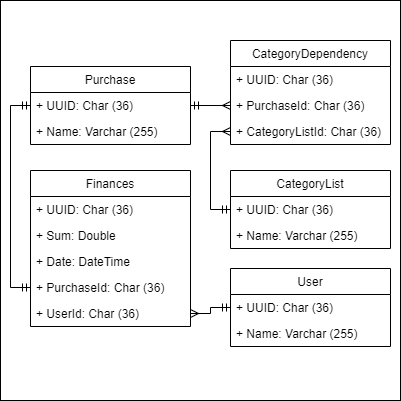
Earlier version of the draw.io export lab345/UML.png (m4cy43/NodeJs-Labs). Source tidied: cells renumbered, new cells last; positions are measured from the earlier drawing's top-left corner, leaving out a move shared by most shapes.
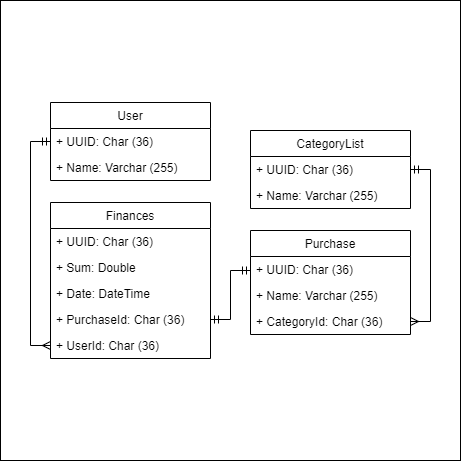
After the change.

The edit, as a diff of the source:
```diff
@@ -3,10 +3,10 @@
     <mxCell id="0" />
     <mxCell id="1" parent="0" />
     <mxCell id="2" style="whiteSpace=wrap;html=1;" parent="1" vertex="1">
-      <mxGeometry width="400" height="400" as="geometry" />
+      <mxGeometry width="460" height="460" as="geometry" />
     </mxCell>
     <mxCell id="3" value="Purchase" style="swimlane;fontStyle=0;horizontal=1;startSize=26;fillColor=none;" parent="1" vertex="1">
-      <mxGeometry x="30" y="66" width="160" height="78" as="geometry" />
+      <mxGeometry x="250" y="230" width="160" height="104" as="geometry" />
     </mxCell>
     <mxCell id="4" value="+ UUID: Char (36)" style="text;strokeColor=none;fillColor=none;align=left;verticalAlign=top;spacingLeft=4;spacingRight=4;overflow=hidden;points=[[0,0.5],[1,0.5]];portConstraint=eastwest;" parent="3" vertex="1">
       <mxGeometry y="26" width="160" height="26" as="geometry" />
@@ -14,8 +14,11 @@
     <mxCell id="5" value="+ Name: Varchar (255)" style="text;strokeColor=none;fillColor=none;align=left;verticalAlign=top;spacingLeft=4;spacingRight=4;overflow=hidden;" parent="3" vertex="1">
       <mxGeometry y="52" width="160" height="26" as="geometry" />
     </mxCell>
+    <mxCell id="26" value="+ CategoryId: Char (36)" style="text;strokeColor=none;fillColor=none;align=left;verticalAlign=top;spacingLeft=4;spacingRight=4;overflow=hidden;points=[[0,0.5],[1,0.5]];portConstraint=eastwest;" parent="3" vertex="1">
+      <mxGeometry y="78" width="160" height="26" as="geometry" />
+    </mxCell>
     <mxCell id="6" value="CategoryList" style="swimlane;fontStyle=0;horizontal=1;startSize=26;fillColor=none;" parent="1" vertex="1">
-      <mxGeometry x="230" y="170" width="160" height="78" as="geometry" />
+      <mxGeometry x="250" y="130" width="160" height="78" as="geometry" />
     </mxCell>
     <mxCell id="7" value="+ UUID: Char (36)" style="text;strokeColor=none;fillColor=none;align=left;verticalAlign=top;spacingLeft=4;spacingRight=4;overflow=hidden;points=[[0,0.5],[1,0.5]];portConstraint=eastwest;" parent="6" vertex="1">
       <mxGeometry y="26" width="160" height="26" as="geometry" />
@@ -24,7 +27,7 @@
       <mxGeometry y="52" width="160" height="26" as="geometry" />
     </mxCell>
     <mxCell id="9" value="Finances" style="swimlane;fontStyle=0;horizontal=1;startSize=26;fillColor=none;" parent="1" vertex="1">
-      <mxGeometry x="30" y="170" width="160" height="156" as="geometry" />
+      <mxGeometry x="50" y="202" width="160" height="156" as="geometry" />
     </mxCell>
     <mxCell id="10" value="+ UUID: Char (36)" style="text;strokeColor=none;fillColor=none;align=left;verticalAlign=top;spacingLeft=4;spacingRight=4;overflow=hidden;" parent="9" vertex="1">
       <mxGeometry y="26" width="160" height="26" as="geometry" />
@@ -41,29 +44,19 @@
     <mxCell id="14" value="+ UserId: Char (36)" style="text;strokeColor=none;fillColor=none;align=left;verticalAlign=top;spacingLeft=4;spacingRight=4;overflow=hidden;points=[[0,0.5],[1,0.5]];portConstraint=eastwest;" parent="9" vertex="1">
       <mxGeometry y="130" width="160" height="26" as="geometry" />
     </mxCell>
-    <mxCell id="15" value="CategoryDependency" style="swimlane;fontStyle=0;horizontal=1;startSize=26;fillColor=none;" parent="1" vertex="1">
-      <mxGeometry x="230" y="40" width="160" height="104" as="geometry" />
-    </mxCell>
-    <mxCell id="16" value="+ UUID: Char (36)" style="text;strokeColor=none;fillColor=none;align=left;verticalAlign=top;spacingLeft=4;spacingRight=4;overflow=hidden;" parent="15" vertex="1">
-      <mxGeometry y="26" width="160" height="26" as="geometry" />
-    </mxCell>
-    <mxCell id="17" value="+ PurchaseId: Char (36)" style="text;strokeColor=none;fillColor=none;align=left;verticalAlign=top;spacingLeft=4;spacingRight=4;overflow=hidden;points=[[0,0.5],[1,0.5]];portConstraint=eastwest;" parent="15" vertex="1">
-      <mxGeometry y="52" width="160" height="26" as="geometry" />
-    </mxCell>
-    <mxCell id="18" value="+ CategoryListId: Char (36)" style="text;strokeColor=none;fillColor=none;align=left;verticalAlign=top;spacingLeft=4;spacingRight=4;overflow=hidden;points=[[0,0.5],[1,0.5]];portConstraint=eastwest;" parent="15" vertex="1">
-      <mxGeometry y="78" width="160" height="26" as="geometry" />
-    </mxCell>
-    <mxCell id="19" style="edgeStyle=orthogonalEdgeStyle;rounded=0;jettySize=auto;html=1;exitX=0;exitY=0.5;exitDx=0;exitDy=0;entryX=1;entryY=0.5;entryDx=0;entryDy=0;endArrow=ERmandOne;endFill=0;startArrow=ERmany;startFill=0;" parent="1" edge="1" source="17" target="4">
-      <mxGeometry relative="1" as="geometry" />
-    </mxCell>
-    <mxCell id="20" style="edgeStyle=orthogonalEdgeStyle;rounded=0;jettySize=auto;html=1;exitX=0;exitY=0.5;exitDx=0;exitDy=0;entryX=0;entryY=0.5;entryDx=0;entryDy=0;endArrow=ERmandOne;endFill=0;startArrow=ERmany;startFill=0;" parent="1" edge="1" source="18" target="7">
+    <mxCell id="20" style="edgeStyle=orthogonalEdgeStyle;rounded=0;jettySize=auto;html=1;exitX=1;exitY=0.5;exitDx=0;exitDy=0;entryX=1;entryY=0.5;entryDx=0;entryDy=0;endArrow=ERmandOne;endFill=0;startArrow=ERmany;startFill=0;" parent="1" edge="1" source="26" target="7">
       <mxGeometry relative="1" as="geometry" />
     </mxCell>
-    <mxCell id="21" style="edgeStyle=orthogonalEdgeStyle;rounded=0;jettySize=auto;html=1;exitX=0;exitY=0.5;exitDx=0;exitDy=0;entryX=0;entryY=0.5;entryDx=0;entryDy=0;endArrow=ERmandOne;endFill=0;startArrow=ERmandOne;startFill=0;" parent="1" edge="1" source="13" target="4">
-      <mxGeometry relative="1" as="geometry" />
+    <mxCell id="21" style="edgeStyle=orthogonalEdgeStyle;rounded=0;jettySize=auto;html=1;exitX=1;exitY=0.5;exitDx=0;exitDy=0;endArrow=ERmandOne;endFill=0;startArrow=ERmandOne;startFill=0;" parent="1" edge="1" source="13" target="4">
+      <mxGeometry relative="1" as="geometry">
+        <Array as="points">
+          <mxPoint x="230" y="319" />
+          <mxPoint x="230" y="270" />
+        </Array>
+      </mxGeometry>
     </mxCell>
     <mxCell id="22" value="User" style="swimlane;fontStyle=0;horizontal=1;startSize=26;fillColor=none;" parent="1" vertex="1">
-      <mxGeometry x="230" y="268" width="160" height="78" as="geometry" />
+      <mxGeometry x="50" y="102" width="160" height="78" as="geometry" />
     </mxCell>
     <mxCell id="23" value="+ UUID: Char (36)" style="text;strokeColor=none;fillColor=none;align=left;verticalAlign=top;spacingLeft=4;spacingRight=4;overflow=hidden;points=[[0,0.5],[1,0.5]];portConstraint=eastwest;" parent="22" vertex="1">
       <mxGeometry y="26" width="160" height="26" as="geometry" />
@@ -71,7 +64,7 @@
     <mxCell id="24" value="+ Name: Varchar (255)" style="text;strokeColor=none;fillColor=none;align=left;verticalAlign=top;spacingLeft=4;spacingRight=4;overflow=hidden;" parent="22" vertex="1">
       <mxGeometry y="52" width="160" height="26" as="geometry" />
     </mxCell>
-    <mxCell id="25" style="edgeStyle=orthogonalEdgeStyle;rounded=0;jettySize=auto;html=1;exitX=0;exitY=0.5;exitDx=0;exitDy=0;entryX=1;entryY=0.5;entryDx=0;entryDy=0;endArrow=ERmany;endFill=0;startArrow=ERmandOne;startFill=0;" parent="1" edge="1" source="23" target="14">
+    <mxCell id="25" style="edgeStyle=orthogonalEdgeStyle;rounded=0;jettySize=auto;html=1;exitX=0;exitY=0.5;exitDx=0;exitDy=0;entryX=0;entryY=0.5;entryDx=0;entryDy=0;endArrow=ERmany;endFill=0;startArrow=ERmandOne;startFill=0;" parent="1" edge="1" source="23" target="14">
       <mxGeometry relative="1" as="geometry" />
     </mxCell>
   </root>
```
